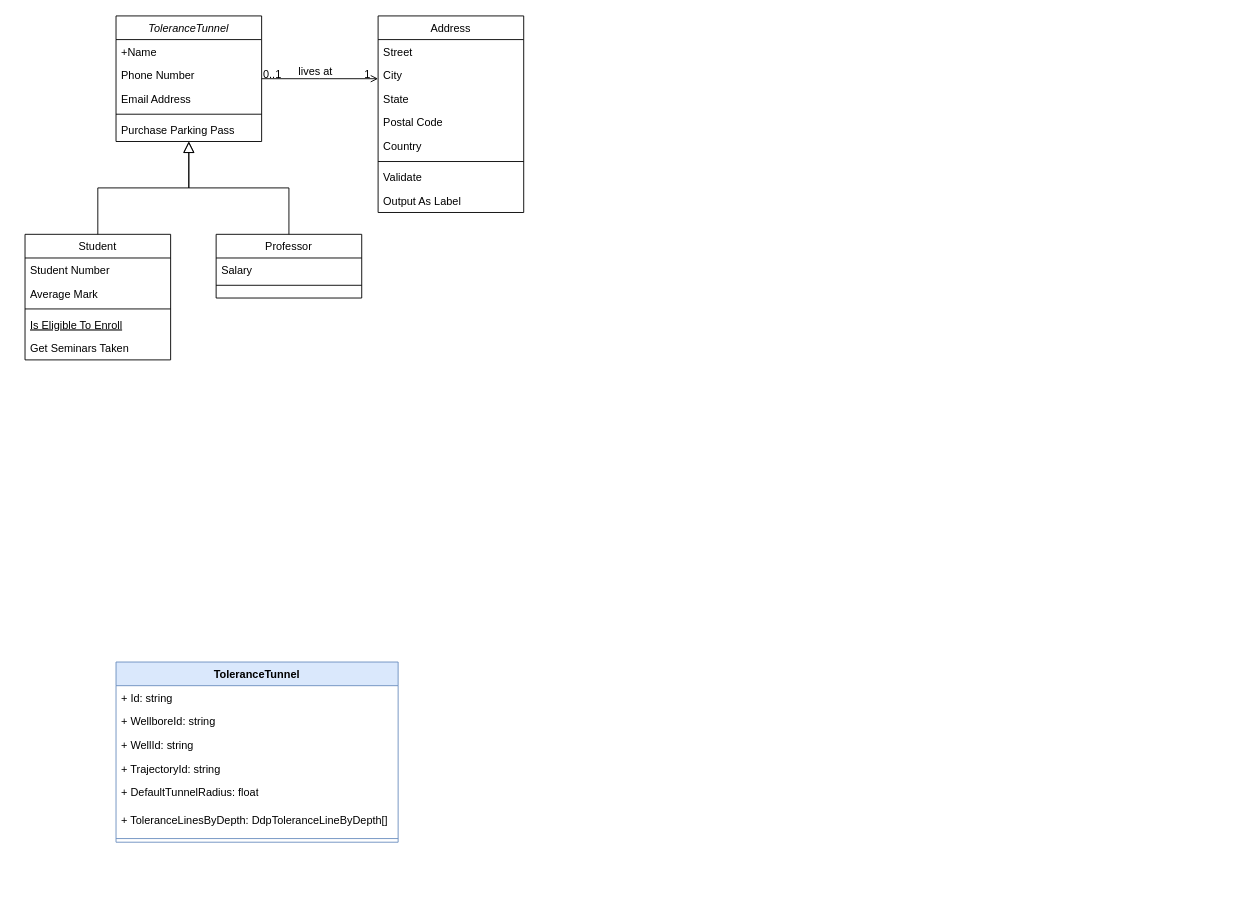
Above: Untitled Diagram.drawio in baoqger/drawing.io (draw.io), before the change. Source tidied: cells renumbered, new cells numbered last; positions are measured from the earlier drawing's top-left corner, leaving out a move shared by most shapes. Both pictures are drawn from the tidied source at 91%, with x=0, y=0 at pixel (25, 15).
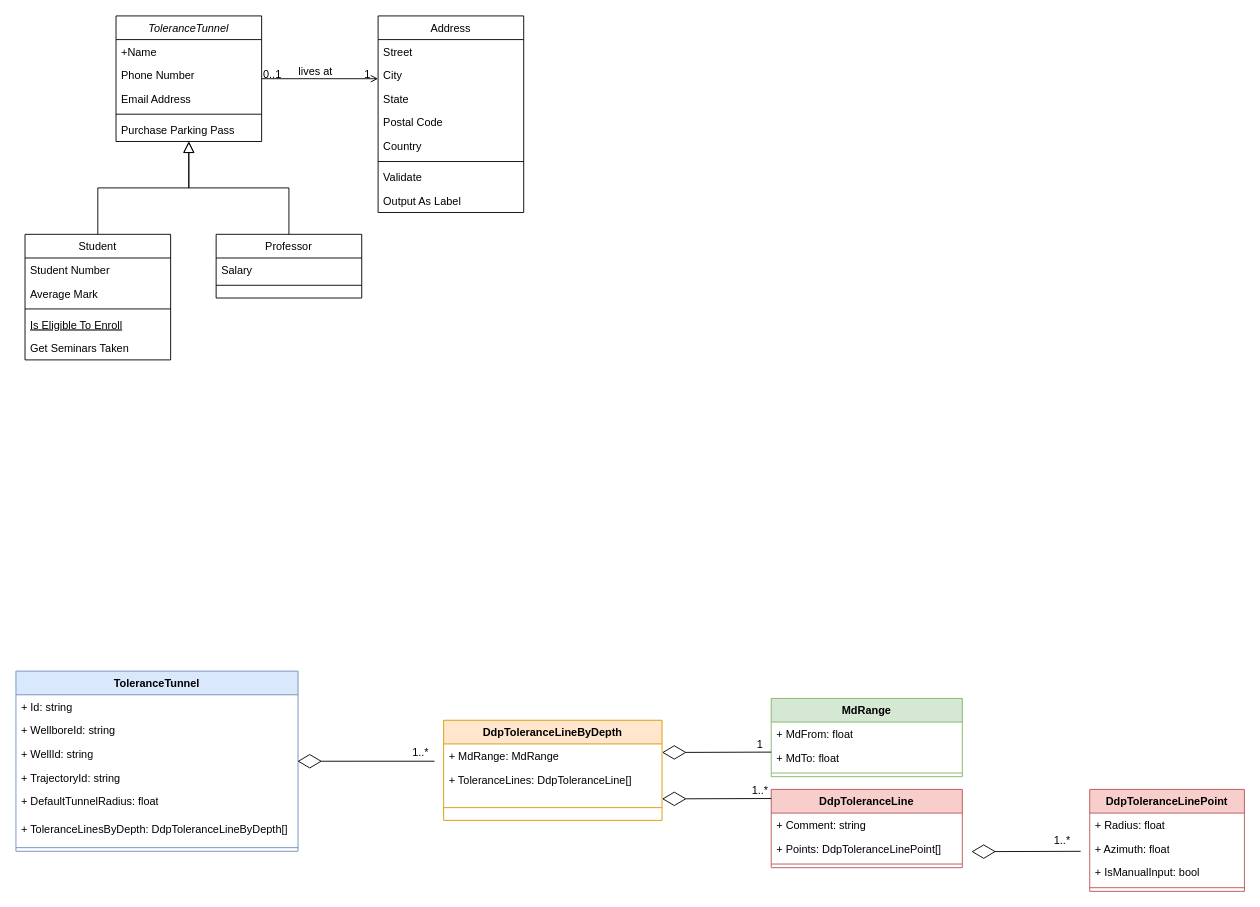
The same diagram, later.

The change refers to these unchanged cells:
```xml
<mxCell id="36" value="+ TrajectoryId: string" style="text;strokeColor=none;fillColor=none;align=left;verticalAlign=top;spacingLeft=4;spacingRight=4;overflow=hidden;points=[[0,0.5],[1,0.5]];portConstraint=eastwest;whiteSpace=wrap;html=1;" parent="32" vertex="1">
  <mxGeometry y="104" width="310" height="26" as="geometry" />
</mxCell>
```

What changed in the source:
```diff
@@
     <mxCell id="32" value="ToleranceTunnel" style="swimlane;fontStyle=1;align=center;verticalAlign=top;horizontal=1;startSize=26;whiteSpace=wrap;html=1;fillColor=#dae8fc;strokeColor=#6c8ebf;" parent="1" vertex="1">
-      <mxGeometry x="100" y="710" width="310" height="198" as="geometry" />
+      <mxGeometry x="-10" y="720" width="310" height="198" as="geometry" />
     </mxCell>
@@
+    <mxCell id="40" value="&lt;span style=&quot;text-align: left;&quot;&gt;DdpToleranceLineByDepth&lt;/span&gt;" style="swimlane;fontStyle=1;align=center;verticalAlign=top;horizontal=1;startSize=26;whiteSpace=wrap;html=1;fillColor=#ffe6cc;strokeColor=#d79b00;" parent="1" vertex="1">
+      <mxGeometry x="460" y="774" width="240" height="110" as="geometry" />
+    </mxCell>
+    <mxCell id="41" value="+ MdRange: MdRange" style="text;strokeColor=none;fillColor=none;align=left;verticalAlign=top;spacingLeft=4;spacingRight=4;overflow=hidden;whiteSpace=wrap;html=1;" parent="40" vertex="1">
+      <mxGeometry y="26" width="240" height="26" as="geometry" />
+    </mxCell>
+    <mxCell id="42" value="+ ToleranceLines: DdpToleranceLine[]" style="text;strokeColor=none;fillColor=none;align=left;verticalAlign=top;spacingLeft=4;spacingRight=4;overflow=hidden;whiteSpace=wrap;html=1;" parent="40" vertex="1">
+      <mxGeometry y="52" width="240" height="30" as="geometry" />
+    </mxCell>
+    <mxCell id="43" style="line;strokeWidth=1;fillColor=none;align=left;verticalAlign=middle;spacingTop=-1;spacingLeft=3;spacingRight=3;labelPosition=right;strokeColor=inherit;" parent="40" vertex="1">
+      <mxGeometry y="82" width="240" height="28" as="geometry" />
+    </mxCell>
+    <mxCell id="44" value="&lt;span style=&quot;text-align: left;&quot;&gt;MdRange&lt;/span&gt;" style="swimlane;fontStyle=1;align=center;verticalAlign=top;horizontal=1;startSize=26;whiteSpace=wrap;html=1;fillColor=#d5e8d4;strokeColor=#82b366;" parent="1" vertex="1">
+      <mxGeometry x="820" y="750" width="210" height="86" as="geometry" />
+    </mxCell>
+    <mxCell id="45" value="+ MdFrom: float" style="text;strokeColor=none;fillColor=none;align=left;verticalAlign=top;spacingLeft=4;spacingRight=4;overflow=hidden;whiteSpace=wrap;html=1;" parent="44" vertex="1">
+      <mxGeometry y="26" width="210" height="26" as="geometry" />
+    </mxCell>
+    <mxCell id="46" value="+ MdTo: float" style="text;strokeColor=none;fillColor=none;align=left;verticalAlign=top;spacingLeft=4;spacingRight=4;overflow=hidden;whiteSpace=wrap;html=1;" parent="44" vertex="1">
+      <mxGeometry y="52" width="210" height="26" as="geometry" />
+    </mxCell>
+    <mxCell id="47" style="line;strokeWidth=1;fillColor=none;align=left;verticalAlign=middle;spacingTop=-1;spacingLeft=3;spacingRight=3;labelPosition=right;strokeColor=inherit;" parent="44" vertex="1">
+      <mxGeometry y="78" width="210" height="8" as="geometry" />
+    </mxCell>
+    <mxCell id="48" value="&lt;span style=&quot;text-align: left;&quot;&gt;DdpToleranceLine&lt;/span&gt;" style="swimlane;fontStyle=1;align=center;verticalAlign=top;horizontal=1;startSize=26;whiteSpace=wrap;html=1;fillColor=#f8cecc;strokeColor=#b85450;" parent="1" vertex="1">
+      <mxGeometry x="820" y="850" width="210" height="86" as="geometry" />
+    </mxCell>
+    <mxCell id="49" value="+ Comment: string" style="text;strokeColor=none;fillColor=none;align=left;verticalAlign=top;spacingLeft=4;spacingRight=4;overflow=hidden;whiteSpace=wrap;html=1;" parent="48" vertex="1">
+      <mxGeometry y="26" width="210" height="26" as="geometry" />
+    </mxCell>
+    <mxCell id="50" value="+ Points: DdpToleranceLinePoint[]" style="text;strokeColor=none;fillColor=none;align=left;verticalAlign=top;spacingLeft=4;spacingRight=4;overflow=hidden;whiteSpace=wrap;html=1;" parent="48" vertex="1">
+      <mxGeometry y="52" width="210" height="26" as="geometry" />
+    </mxCell>
+    <mxCell id="51" style="line;strokeWidth=1;fillColor=none;align=left;verticalAlign=middle;spacingTop=-1;spacingLeft=3;spacingRight=3;labelPosition=right;strokeColor=inherit;" parent="48" vertex="1">
+      <mxGeometry y="78" width="210" height="8" as="geometry" />
+    </mxCell>
+    <mxCell id="52" style="group;" parent="1" vertex="1">
+      <mxGeometry x="405" y="795" width="60" height="30" as="geometry" />
+    </mxCell>
+    <mxCell id="53" style="endArrow=diamondThin;endFill=0;endSize=24;html=1;rounded=0;entryX=0.998;entryY=-0.191;entryDx=0;entryDy=0;entryPerimeter=0;" parent="52" edge="1" target="36">
+      <mxGeometry relative="1" as="geometry">
+        <mxPoint x="45" y="24" as="sourcePoint" />
+      </mxGeometry>
+    </mxCell>
+    <mxCell id="54" value="1..*" style="text;html=1;align=center;verticalAlign=middle;whiteSpace=wrap;rounded=0;" parent="52" vertex="1">
+      <mxGeometry width="60" height="30" as="geometry" />
+    </mxCell>
+    <mxCell id="55" value="&lt;span style=&quot;text-align: left;&quot;&gt;DdpToleranceLinePoint&lt;/span&gt;" style="swimlane;fontStyle=1;align=center;verticalAlign=top;horizontal=1;startSize=26;whiteSpace=wrap;html=1;fillColor=#f8cecc;strokeColor=#b85450;" parent="1" vertex="1">
+      <mxGeometry x="1170" y="850" width="170" height="112" as="geometry" />
+    </mxCell>
+    <mxCell id="56" value="+ Radius: float" style="text;strokeColor=none;fillColor=none;align=left;verticalAlign=top;spacingLeft=4;spacingRight=4;overflow=hidden;whiteSpace=wrap;html=1;" parent="55" vertex="1">
+      <mxGeometry y="26" width="170" height="26" as="geometry" />
+    </mxCell>
+    <mxCell id="57" value="+ Azimuth: float" style="text;strokeColor=none;fillColor=none;align=left;verticalAlign=top;spacingLeft=4;spacingRight=4;overflow=hidden;whiteSpace=wrap;html=1;" parent="55" vertex="1">
+      <mxGeometry y="52" width="170" height="26" as="geometry" />
+    </mxCell>
+    <mxCell id="58" value="+ IsManualInput: bool" style="text;strokeColor=none;fillColor=none;align=left;verticalAlign=top;spacingLeft=4;spacingRight=4;overflow=hidden;whiteSpace=wrap;html=1;" parent="55" vertex="1">
+      <mxGeometry y="78" width="170" height="26" as="geometry" />
+    </mxCell>
+    <mxCell id="59" style="line;strokeWidth=1;fillColor=none;align=left;verticalAlign=middle;spacingTop=-1;spacingLeft=3;spacingRight=3;labelPosition=right;strokeColor=inherit;" parent="55" vertex="1">
+      <mxGeometry y="104" width="170" height="8" as="geometry" />
+    </mxCell>
+    <mxCell id="60" style="endArrow=diamondThin;endFill=0;endSize=24;html=1;rounded=0;" parent="1" edge="1">
+      <mxGeometry relative="1" as="geometry">
+        <mxPoint x="820" y="809" as="sourcePoint" />
+        <mxPoint x="700" y="809.4" as="targetPoint" />
+      </mxGeometry>
+    </mxCell>
+    <mxCell id="61" style="endArrow=diamondThin;endFill=0;endSize=24;html=1;rounded=0;" parent="1" edge="1">
+      <mxGeometry relative="1" as="geometry">
+        <mxPoint x="820" y="860" as="sourcePoint" />
+        <mxPoint x="700" y="860.4" as="targetPoint" />
+      </mxGeometry>
+    </mxCell>
+    <mxCell id="62" value="1" style="text;html=1;align=center;verticalAlign=middle;whiteSpace=wrap;rounded=0;" parent="1" vertex="1">
+      <mxGeometry x="778" y="786" width="60" height="30" as="geometry" />
+    </mxCell>
+    <mxCell id="63" value="1..*" style="text;html=1;align=center;verticalAlign=middle;whiteSpace=wrap;rounded=0;" parent="1" vertex="1">
+      <mxGeometry x="778" y="836" width="60" height="30" as="geometry" />
+    </mxCell>
+    <mxCell id="64" style="endArrow=diamondThin;endFill=0;endSize=24;html=1;rounded=0;" parent="1" edge="1">
+      <mxGeometry relative="1" as="geometry">
+        <mxPoint x="1160" y="918" as="sourcePoint" />
+        <mxPoint x="1040" y="918.4" as="targetPoint" />
+      </mxGeometry>
+    </mxCell>
+    <mxCell id="65" value="1..*" style="text;html=1;align=center;verticalAlign=middle;whiteSpace=wrap;rounded=0;" parent="1" vertex="1">
+      <mxGeometry x="1110" y="891" width="60" height="30" as="geometry" />
+    </mxCell>
```
